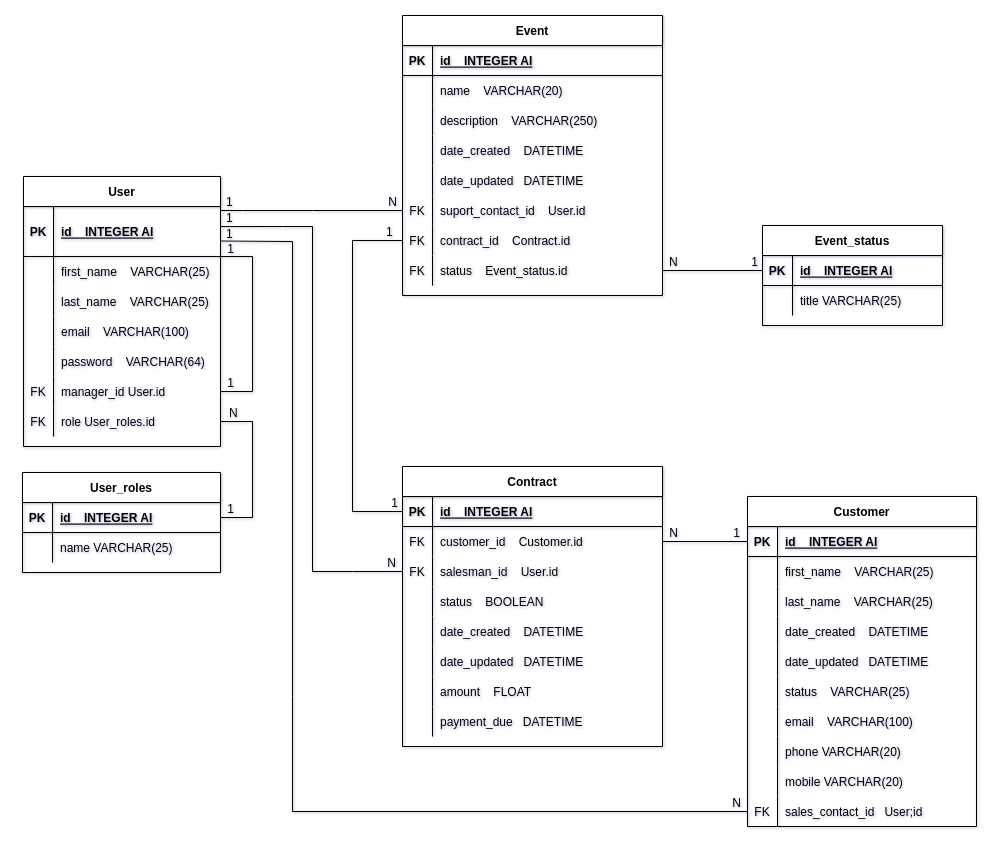
This is ERD/ERD_1.png from zionhigt/Sebastian_Larcher-Laffont_DAP_P12, a draw.io export, as it was before one commit. Source tidied: cells renumbered, new cells last; positions are measured from the earlier drawing's top-left corner, leaving out a move shared by most shapes.
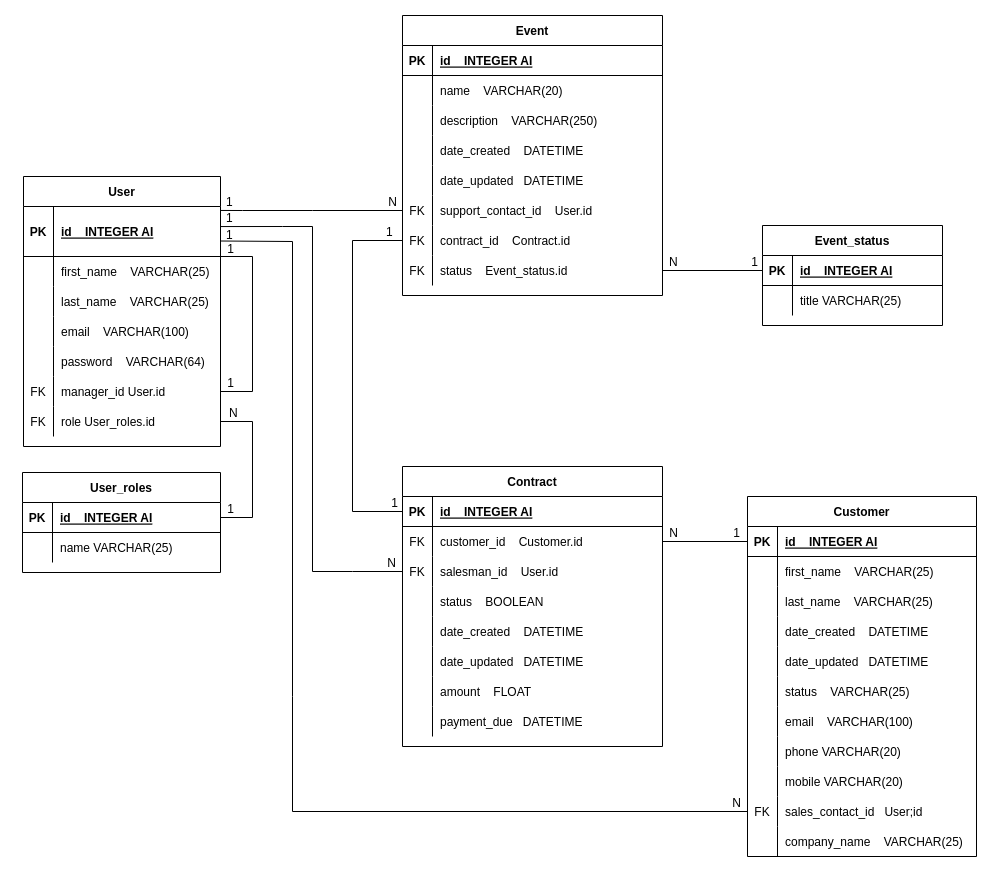
After the commit.

What changed in the source:
```diff
@@ -83,7 +83,7 @@
       </mxGeometry>
     </mxCell>
     <mxCell id="26" value="Customer" style="shape=table;startSize=30;rowLines=0;fontStyle=1;align=center;" parent="1" vertex="1">
-      <mxGeometry x="725" y="481" width="229" height="330" as="geometry" />
+      <mxGeometry x="725" y="481" width="229" height="360" as="geometry" />
     </mxCell>
     <mxCell id="27" style="shape=tableRow;horizontal=0;startSize=0;swimlaneHead=0;swimlaneBody=0;fillColor=none;points=[[0,0.5],[1,0.5]];portConstraint=eastwest;top=0;left=0;right=0;bottom=1;" parent="26" vertex="1">
       <mxGeometry y="30" width="229" height="30" as="geometry" />
@@ -175,6 +175,15 @@
     <mxCell id="56" value="sales_contact_id   User;id" style="shape=partialRectangle;fillColor=none;top=0;left=0;bottom=0;right=0;align=left;spacingLeft=6;fontStyle=0;overflow=hidden;" parent="54" vertex="1">
       <mxGeometry x="30" width="199" height="30" as="geometry" />
     </mxCell>
+    <mxCell id="144" style="shape=tableRow;horizontal=0;startSize=0;swimlaneHead=0;swimlaneBody=0;fillColor=none;top=0;left=0;right=0;bottom=0;" parent="26" vertex="1">
+      <mxGeometry y="330" width="229" height="30" as="geometry" />
+    </mxCell>
+    <mxCell id="145" style="shape=partialRectangle;fillColor=none;top=0;left=0;bottom=0;right=0;overflow=hidden;" parent="144" vertex="1">
+      <mxGeometry width="30" height="30" as="geometry" />
+    </mxCell>
+    <mxCell id="146" value="company_name    VARCHAR(25)" style="shape=partialRectangle;fillColor=none;top=0;left=0;bottom=0;right=0;align=left;spacingLeft=6;overflow=hidden;" parent="144" vertex="1">
+      <mxGeometry x="30" width="199" height="30" as="geometry" />
+    </mxCell>
     <mxCell id="57" value="User_roles" style="shape=table;startSize=30;rowLines=0;fontStyle=1;align=center;" parent="1" vertex="1">
       <mxGeometry y="457" width="198" height="100" as="geometry" />
     </mxCell>
@@ -256,7 +265,7 @@
     <mxCell id="82" value="FK" style="shape=partialRectangle;fillColor=none;top=0;left=0;bottom=0;right=0;fontStyle=0;overflow=hidden;" parent="81" vertex="1">
       <mxGeometry width="30" height="30" as="geometry" />
     </mxCell>
-    <mxCell id="83" value="suport_contact_id    User.id" style="shape=partialRectangle;fillColor=none;top=0;left=0;bottom=0;right=0;align=left;spacingLeft=6;fontStyle=0;overflow=hidden;" parent="81" vertex="1">
+    <mxCell id="83" value="support_contact_id    User.id" style="shape=partialRectangle;fillColor=none;top=0;left=0;bottom=0;right=0;align=left;spacingLeft=6;fontStyle=0;overflow=hidden;" parent="81" vertex="1">
       <mxGeometry x="30" width="230" height="30" as="geometry" />
     </mxCell>
     <mxCell id="84" style="shape=tableRow;horizontal=0;startSize=0;swimlaneHead=0;swimlaneBody=0;fillColor=none;points=[[0,0.5],[1,0.5]];portConstraint=eastwest;top=0;left=0;right=0;bottom=0;" parent="65" vertex="1">
```
